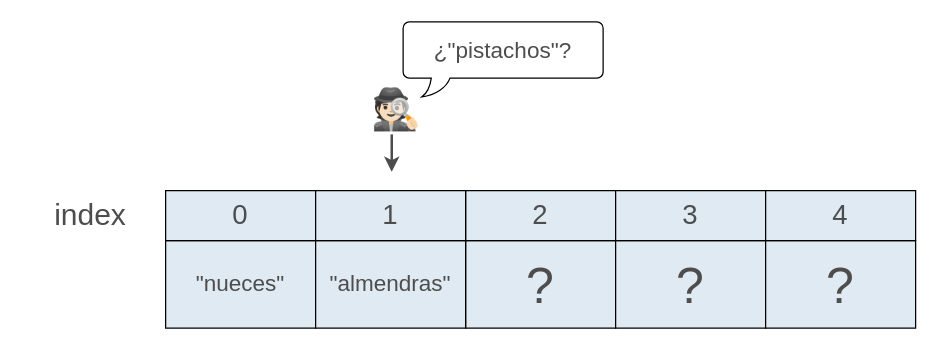
ee-unr/programacion-2 keeps this draw.io diagram as page "paso_2" (3 of 4) of teoria/04_estructuras_y_algoritmos/imgs/arreglo_busqueda.drawio. Above is the earlier version. Source tidied: cells renumbered, new cells numbered last; positions are measured from the earlier drawing's top-left corner, leaving out a move shared by most shapes. Both pictures are drawn from the tidied source at 125%, with x=0, y=0 at pixel (21, 21). Pictures stored in the file or linked from it are replaced by grey dashed boxes.
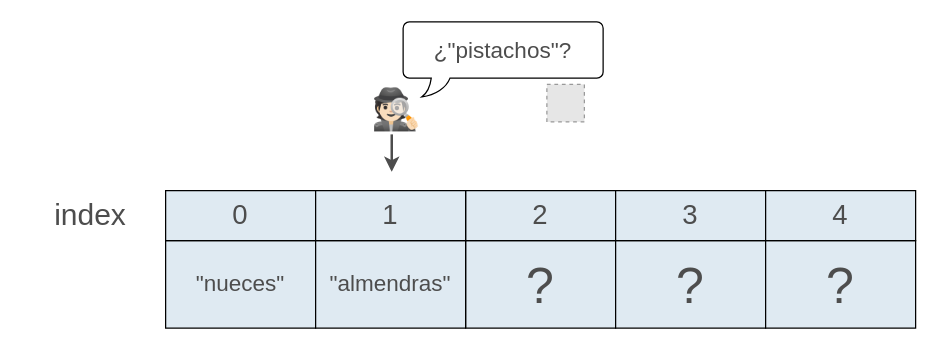
The same page after the edit.

What changed in the source:
```diff
@@
 <mxGraphModel>
   <root>
     <mxCell id="0" />
     <mxCell id="1" parent="0" />
     <mxCell id="2" value="&lt;font style=&quot;font-size: 24px;&quot;&gt;index&lt;/font&gt;" style="text;html=1;align=center;verticalAlign=middle;whiteSpace=wrap;rounded=0;fontSize=16;fontFamily=Cascadia Code;fontColor=#4D4D4D;" parent="1" vertex="1">
       <mxGeometry y="130" width="110" height="50" as="geometry" />
     </mxCell>
     <mxCell id="3" value="&lt;span style=&quot;color: rgb(77, 77, 77); font-family: &amp;quot;Cascadia Code&amp;quot;; font-size: 40px;&quot;&gt;?&lt;/span&gt;" style="rounded=0;whiteSpace=wrap;html=1;strokeWidth=1;fillColor=#DFEAF2;" parent="1" vertex="1">
       <mxGeometry x="355" y="175" width="120" height="70" as="geometry" />
     </mxCell>
     <mxCell id="4" value="&lt;font face=&quot;Cascadia Code&quot; style=&quot;color: rgb(77, 77, 77);&quot;&gt;2&lt;/font&gt;" style="rounded=0;whiteSpace=wrap;html=1;strokeWidth=1;fillColor=#DFEAF2;fontSize=22;" parent="1" vertex="1">
       <mxGeometry x="355" y="135" width="120" height="40" as="geometry" />
     </mxCell>
     <mxCell id="5" value="&lt;span style=&quot;color: rgb(77, 77, 77); font-family: &amp;quot;Cascadia Code&amp;quot;; font-size: 40px;&quot;&gt;?&lt;/span&gt;" style="rounded=0;whiteSpace=wrap;html=1;strokeWidth=1;fillColor=#DFEAF2;" parent="1" vertex="1">
       <mxGeometry x="475" y="175" width="120" height="70" as="geometry" />
     </mxCell>
     <mxCell id="6" value="&lt;font face=&quot;Cascadia Code&quot; style=&quot;color: rgb(77, 77, 77);&quot;&gt;3&lt;/font&gt;" style="rounded=0;whiteSpace=wrap;html=1;strokeWidth=1;fillColor=#DFEAF2;fontSize=22;" parent="1" vertex="1">
       <mxGeometry x="475" y="135" width="120" height="40" as="geometry" />
     </mxCell>
     <mxCell id="7" value="&lt;span style=&quot;color: rgb(77, 77, 77); font-family: &amp;quot;Cascadia Code&amp;quot;; font-size: 40px;&quot;&gt;?&lt;/span&gt;" style="rounded=0;whiteSpace=wrap;html=1;strokeWidth=1;fillColor=#DFEAF2;" parent="1" vertex="1">
       <mxGeometry x="595" y="175" width="120" height="70" as="geometry" />
     </mxCell>
     <mxCell id="8" value="&lt;font face=&quot;Cascadia Code&quot; style=&quot;color: rgb(77, 77, 77);&quot;&gt;4&lt;/font&gt;" style="rounded=0;whiteSpace=wrap;html=1;strokeWidth=1;fillColor=#DFEAF2;fontSize=22;" parent="1" vertex="1">
       <mxGeometry x="595" y="135" width="120" height="40" as="geometry" />
     </mxCell>
     <mxCell id="9" value="&lt;span style=&quot;color: rgb(77, 77, 77); font-family: &amp;quot;Cascadia Code&amp;quot;; font-size: 18px;&quot;&gt;&quot;nueces&quot;&lt;/span&gt;" style="rounded=0;whiteSpace=wrap;html=1;strokeWidth=1;fillColor=#DFEAF2;" parent="1" vertex="1">
       <mxGeometry x="115" y="175" width="120" height="70" as="geometry" />
     </mxCell>
     <mxCell id="10" value="&lt;font style=&quot;color: rgb(77, 77, 77);&quot; face=&quot;Cascadia Code&quot;&gt;0&lt;/font&gt;" style="rounded=0;whiteSpace=wrap;html=1;strokeWidth=1;fillColor=#DFEAF2;fontSize=22;" parent="1" vertex="1">
       <mxGeometry x="115" y="135" width="120" height="40" as="geometry" />
     </mxCell>
     <mxCell id="11" value="&lt;span style=&quot;color: rgb(77, 77, 77); font-family: &amp;quot;Cascadia Code&amp;quot;; font-size: 18px;&quot;&gt;&quot;almendras&quot;&lt;/span&gt;" style="rounded=0;whiteSpace=wrap;html=1;strokeWidth=1;fillColor=#DFEAF2;" parent="1" vertex="1">
       <mxGeometry x="235" y="175" width="120" height="70" as="geometry" />
     </mxCell>
     <mxCell id="12" value="&lt;font style=&quot;color: rgb(77, 77, 77);&quot; face=&quot;Cascadia Code&quot;&gt;1&lt;/font&gt;" style="rounded=0;whiteSpace=wrap;html=1;strokeWidth=1;fillColor=#DFEAF2;fontSize=22;" parent="1" vertex="1">
       <mxGeometry x="235" y="135" width="120" height="40" as="geometry" />
     </mxCell>
     <mxCell id="13" style="group;" parent="1" vertex="1">
       <mxGeometry x="265" width="200" height="120" as="geometry" />
     </mxCell>
     <mxCell id="14" style="group;" parent="13" vertex="1">
       <mxGeometry width="200" height="100" as="geometry" />
     </mxCell>
     <mxCell id="15" value="&lt;font style=&quot;font-size: 32px;&quot;&gt;🕵🏻&lt;/font&gt;" style="text;html=1;align=center;verticalAlign=middle;whiteSpace=wrap;rounded=0;" parent="14" vertex="1">
       <mxGeometry y="40" width="70" height="60" as="geometry" />
     </mxCell>
     <mxCell id="16" value="&lt;font style=&quot;color: rgb(77, 77, 77);&quot;&gt;&lt;span style=&quot;font-family: &amp;quot;Cascadia Code&amp;quot;; font-size: 18px;&quot;&gt;¿&lt;/span&gt;&lt;font style=&quot;font-family: &amp;quot;Cascadia Code&amp;quot;; font-size: 18px; color: rgb(77, 77, 77);&quot;&gt;&quot;pistachos&quot;&lt;/font&gt;&lt;span style=&quot;font-family: &amp;quot;Cascadia Code&amp;quot;; font-size: 18px;&quot;&gt;?&lt;/span&gt;&lt;/font&gt;" style="whiteSpace=wrap;html=1;shape=mxgraph.basic.roundRectCallout;dx=30;dy=15;size=5;boundedLbl=1;" parent="14" vertex="1">
       <mxGeometry x="40" width="160" height="60" as="geometry" />
     </mxCell>
+    <mxCell id="18" style="fillColor=#E6E6E6;strokeColor=#999999;dashed=1;verticalLabelPosition=bottom;labelBackgroundColor=default;verticalAlign=top;" parent="14" vertex="1">
+      <mxGeometry x="155" y="50" width="30" height="30" as="geometry" />
+    </mxCell>
     <mxCell id="17" style="endArrow=classic;html=1;rounded=0;strokeWidth=2;strokeColor=#4D4D4D;" parent="13" edge="1">
       <mxGeometry relative="1" as="geometry">
         <mxPoint x="30.9" y="90" as="sourcePoint" />
         <mxPoint x="30.9" y="120" as="targetPoint" />
       </mxGeometry>
     </mxCell>
   </root>
 </mxGraphModel>
```
